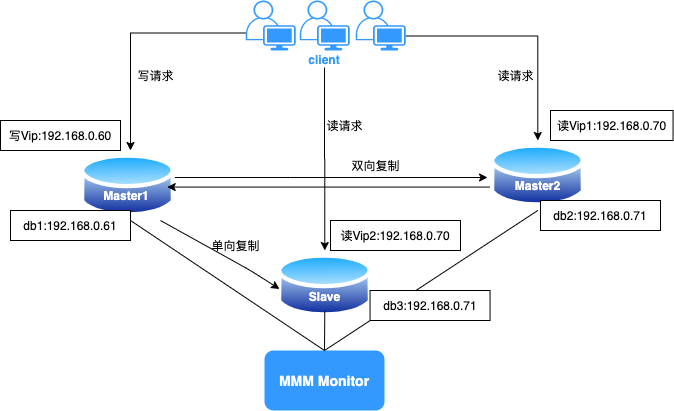
Earlier version of the draw.io export mmm.png (a306388298/test). Source tidied: cells renumbered, new cells last; positions are measured from the earlier drawing's top-left corner, leaving out a move shared by most shapes. Source of this version:
```xml
<mxGraphModel>
  <root>
    <mxCell id="0" />
    <mxCell id="1" parent="0" />
    <mxCell id="2" value="写Vip:192.168.0.60" style="rounded=0;whiteSpace=wrap;html=1;" parent="1" vertex="1">
      <mxGeometry y="120" width="120" height="30" as="geometry" />
    </mxCell>
    <mxCell id="3" style="edgeStyle=orthogonalEdgeStyle;rounded=0;orthogonalLoop=1;jettySize=auto;html=1;" parent="1" edge="1">
      <mxGeometry relative="1" as="geometry">
        <mxPoint x="168.8" y="177" as="sourcePoint" />
        <mxPoint x="487" y="177" as="targetPoint" />
        <Array as="points">
          <mxPoint x="290" y="177" />
          <mxPoint x="290" y="177" />
        </Array>
      </mxGeometry>
    </mxCell>
    <mxCell id="4" style="perimeter=ellipsePerimeter;html=1;align=center;shadow=0;dashed=0;spacingTop=3;image;image=img/lib/active_directory/database.svg;verticalAlign=bottom;" parent="1" vertex="1">
      <mxGeometry x="80" y="150" width="94.6" height="70" as="geometry" />
    </mxCell>
    <mxCell id="5" style="edgeStyle=orthogonalEdgeStyle;rounded=0;orthogonalLoop=1;jettySize=auto;html=1;exitX=0;exitY=0.75;exitDx=0;exitDy=0;entryX=1;entryY=0.75;entryDx=0;entryDy=0;" parent="1" edge="1">
      <mxGeometry relative="1" as="geometry">
        <mxPoint x="489.1" y="186.6" as="sourcePoint" />
        <mxPoint x="166.7" y="186.6" as="targetPoint" />
      </mxGeometry>
    </mxCell>
    <mxCell id="6" value="Master1" style="rounded=0;whiteSpace=wrap;html=1;labelBackgroundColor=none;labelBorderColor=none;strokeColor=none;fillColor=none;fontColor=#FFFFFF;fontStyle=1;" parent="1" vertex="1">
      <mxGeometry x="82" y="180" width="88" height="30" as="geometry" />
    </mxCell>
    <mxCell id="7" value="双向复制" style="rounded=0;whiteSpace=wrap;html=1;strokeColor=none;fillColor=none;" parent="1" vertex="1">
      <mxGeometry x="330" y="150" width="90.5" height="30" as="geometry" />
    </mxCell>
    <mxCell id="8" style="perimeter=ellipsePerimeter;html=1;align=center;shadow=0;dashed=0;spacingTop=3;image;image=img/lib/active_directory/database.svg;verticalAlign=bottom;" parent="1" vertex="1">
      <mxGeometry x="277" y="250" width="94.6" height="70" as="geometry" />
    </mxCell>
    <mxCell id="9" value="Slave" style="rounded=0;whiteSpace=wrap;html=1;labelBackgroundColor=none;labelBorderColor=none;strokeColor=none;fillColor=none;fontColor=#FFFFFF;fontStyle=1;" parent="1" vertex="1">
      <mxGeometry x="279" y="281" width="90.5" height="30" as="geometry" />
    </mxCell>
    <mxCell id="10" style="perimeter=ellipsePerimeter;html=1;align=center;shadow=0;dashed=0;spacingTop=3;image;image=img/lib/active_directory/database.svg;verticalAlign=bottom;" parent="1" vertex="1">
      <mxGeometry x="490" y="140" width="94.6" height="70" as="geometry" />
    </mxCell>
    <mxCell id="11" value="Master2" style="rounded=0;whiteSpace=wrap;html=1;labelBackgroundColor=none;labelBorderColor=none;strokeColor=none;fillColor=none;fontColor=#FFFFFF;fontStyle=1;" parent="1" vertex="1">
      <mxGeometry x="492" y="170" width="90.5" height="30" as="geometry" />
    </mxCell>
    <mxCell id="12" style="verticalLabelPosition=bottom;html=1;verticalAlign=top;align=center;shape=mxgraph.cisco19.user;strokeColor=none;fillColor=#3399FF;" parent="1" vertex="1">
      <mxGeometry x="299.3" width="50" height="50" as="geometry" />
    </mxCell>
    <mxCell id="13" style="edgeStyle=orthogonalEdgeStyle;rounded=0;jettySize=auto;html=1;exitX=0;exitY=0.65;exitDx=0;exitDy=0;exitPerimeter=0;fontColor=#3399FF;" parent="1" edge="1" source="14">
      <mxGeometry relative="1" as="geometry">
        <mxPoint x="130" y="150" as="targetPoint" />
      </mxGeometry>
    </mxCell>
    <mxCell id="14" style="points=[[0.35,0,0],[0.98,0.51,0],[1,0.71,0],[0.67,1,0],[0,0.795,0],[0,0.65,0]];verticalLabelPosition=bottom;html=1;verticalAlign=top;align=center;shape=mxgraph.cisco19.user;strokeColor=none;fillColor=#3399FF;" parent="1" vertex="1">
      <mxGeometry x="245.3" width="50" height="50" as="geometry" />
    </mxCell>
    <mxCell id="15" style="edgeStyle=orthogonalEdgeStyle;rounded=0;jettySize=auto;html=1;exitX=1;exitY=0.71;exitDx=0;exitDy=0;exitPerimeter=0;fontColor=#3399FF;" parent="1" edge="1" source="16" target="10">
      <mxGeometry relative="1" as="geometry" />
    </mxCell>
    <mxCell id="16" style="points=[[0.35,0,0],[0.98,0.51,0],[1,0.71,0],[0.67,1,0],[0,0.795,0],[0,0.65,0]];verticalLabelPosition=bottom;html=1;verticalAlign=top;align=center;shape=mxgraph.cisco19.user;strokeColor=none;fillColor=#3399FF;" parent="1" vertex="1">
      <mxGeometry x="355.3" width="50" height="50" as="geometry" />
    </mxCell>
    <mxCell id="17" style="edgeStyle=orthogonalEdgeStyle;rounded=0;jettySize=auto;html=1;exitX=0.5;exitY=1;exitDx=0;exitDy=0;entryX=0.5;entryY=0;entryDx=0;entryDy=0;fontColor=#3399FF;" parent="1" edge="1" source="18" target="8">
      <mxGeometry relative="1" as="geometry" />
    </mxCell>
    <mxCell id="18" value="&lt;font color=&quot;#3399ff&quot;&gt;&lt;b&gt;client&lt;/b&gt;&lt;/font&gt;" style="rounded=1;whiteSpace=wrap;html=1;fillColor=none;strokeColor=none;" parent="1" vertex="1">
      <mxGeometry x="280.3" y="50" width="87.5" height="17" as="geometry" />
    </mxCell>
    <mxCell id="19" value="读Vip1:192.168.0.70" style="rounded=0;whiteSpace=wrap;html=1;" parent="1" vertex="1">
      <mxGeometry x="550" y="110" width="122.6" height="30" as="geometry" />
    </mxCell>
    <mxCell id="20" value="读Vip2:192.168.0.70" style="rounded=0;whiteSpace=wrap;html=1;" parent="1" vertex="1">
      <mxGeometry x="330" y="220" width="130" height="30" as="geometry" />
    </mxCell>
    <mxCell id="21" value="&lt;b&gt;&lt;font style=&quot;font-size: 14px&quot; color=&quot;#ffffff&quot;&gt;MMM Monitor&lt;/font&gt;&lt;/b&gt;" style="rounded=1;whiteSpace=wrap;html=1;labelBackgroundColor=none;fillColor=#3399FF;strokeColor=none;" parent="1" vertex="1">
      <mxGeometry x="264" y="350" width="120" height="60" as="geometry" />
    </mxCell>
    <mxCell id="22" style="endArrow=classic;html=1;fontColor=#3399FF;entryX=0;entryY=0.25;entryDx=0;entryDy=0;" parent="1" edge="1" target="9">
      <mxGeometry relative="1" as="geometry">
        <mxPoint x="160" y="220" as="sourcePoint" />
        <Array as="points">
          <mxPoint x="250" y="270" />
        </Array>
      </mxGeometry>
    </mxCell>
    <mxCell id="23" value="写请求" style="rounded=0;whiteSpace=wrap;html=1;strokeColor=none;fillColor=none;" parent="1" vertex="1">
      <mxGeometry x="110" y="60" width="90.5" height="30" as="geometry" />
    </mxCell>
    <mxCell id="24" value="读请求" style="rounded=0;whiteSpace=wrap;html=1;strokeColor=none;fillColor=none;" parent="1" vertex="1">
      <mxGeometry x="470" y="60" width="90.5" height="30" as="geometry" />
    </mxCell>
    <mxCell id="25" style="endArrow=none;html=1;fontColor=#3399FF;exitX=0.5;exitY=0;exitDx=0;exitDy=0;" parent="1" edge="1" source="21">
      <mxGeometry relative="1" as="geometry">
        <mxPoint x="130" y="220" as="targetPoint" />
      </mxGeometry>
    </mxCell>
    <mxCell id="26" style="endArrow=none;html=1;fontColor=#3399FF;exitX=0.5;exitY=0;exitDx=0;exitDy=0;entryX=0.5;entryY=1;entryDx=0;entryDy=0;" parent="1" edge="1" source="21" target="9">
      <mxGeometry relative="1" as="geometry" />
    </mxCell>
    <mxCell id="27" style="endArrow=none;html=1;fontColor=#3399FF;exitX=0.5;exitY=0;exitDx=0;exitDy=0;entryX=0.5;entryY=1;entryDx=0;entryDy=0;" parent="1" edge="1" source="21" target="10">
      <mxGeometry relative="1" as="geometry" />
    </mxCell>
    <mxCell id="28" value="读请求" style="rounded=0;whiteSpace=wrap;html=1;strokeColor=none;fillColor=none;" parent="1" vertex="1">
      <mxGeometry x="299.3" y="110" width="90.5" height="30" as="geometry" />
    </mxCell>
    <mxCell id="29" value="单向复制" style="rounded=0;whiteSpace=wrap;html=1;strokeColor=none;fillColor=none;" parent="1" vertex="1">
      <mxGeometry x="189.7" y="230" width="90.5" height="30" as="geometry" />
    </mxCell>
    <mxCell id="30" value="db1:192.168.0.61" style="rounded=0;whiteSpace=wrap;html=1;" parent="1" vertex="1">
      <mxGeometry x="10" y="210" width="120" height="30" as="geometry" />
    </mxCell>
    <mxCell id="31" value="db2:192.168.0.71" style="rounded=0;whiteSpace=wrap;html=1;" parent="1" vertex="1">
      <mxGeometry x="540" y="200" width="120" height="30" as="geometry" />
    </mxCell>
    <mxCell id="32" value="db3:192.168.0.71" style="rounded=0;whiteSpace=wrap;html=1;" parent="1" vertex="1">
      <mxGeometry x="369.6" y="290" width="120" height="30" as="geometry" />
    </mxCell>
  </root>
</mxGraphModel>
```
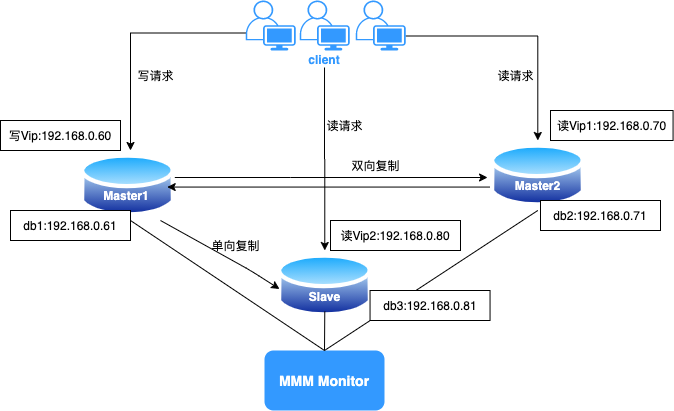
The same diagram one commit later.

What changed in the source:
```diff
@@ -68,7 +68,7 @@
     <mxCell id="19" value="读Vip1:192.168.0.70" style="rounded=0;whiteSpace=wrap;html=1;" parent="1" vertex="1">
       <mxGeometry x="550" y="110" width="122.6" height="30" as="geometry" />
     </mxCell>
-    <mxCell id="20" value="读Vip2:192.168.0.70" style="rounded=0;whiteSpace=wrap;html=1;" parent="1" vertex="1">
+    <mxCell id="20" value="读Vip2:192.168.0.80" style="rounded=0;whiteSpace=wrap;html=1;" parent="1" vertex="1">
       <mxGeometry x="330" y="220" width="130" height="30" as="geometry" />
     </mxCell>
     <mxCell id="21" value="&lt;b&gt;&lt;font style=&quot;font-size: 14px&quot; color=&quot;#ffffff&quot;&gt;MMM Monitor&lt;/font&gt;&lt;/b&gt;" style="rounded=1;whiteSpace=wrap;html=1;labelBackgroundColor=none;fillColor=#3399FF;strokeColor=none;" parent="1" vertex="1">
@@ -111,7 +111,7 @@
     <mxCell id="31" value="db2:192.168.0.71" style="rounded=0;whiteSpace=wrap;html=1;" parent="1" vertex="1">
       <mxGeometry x="540" y="200" width="120" height="30" as="geometry" />
     </mxCell>
-    <mxCell id="32" value="db3:192.168.0.71" style="rounded=0;whiteSpace=wrap;html=1;" parent="1" vertex="1">
+    <mxCell id="32" value="db3:192.168.0.81" style="rounded=0;whiteSpace=wrap;html=1;" parent="1" vertex="1">
       <mxGeometry x="369.6" y="290" width="120" height="30" as="geometry" />
     </mxCell>
   </root>
```
